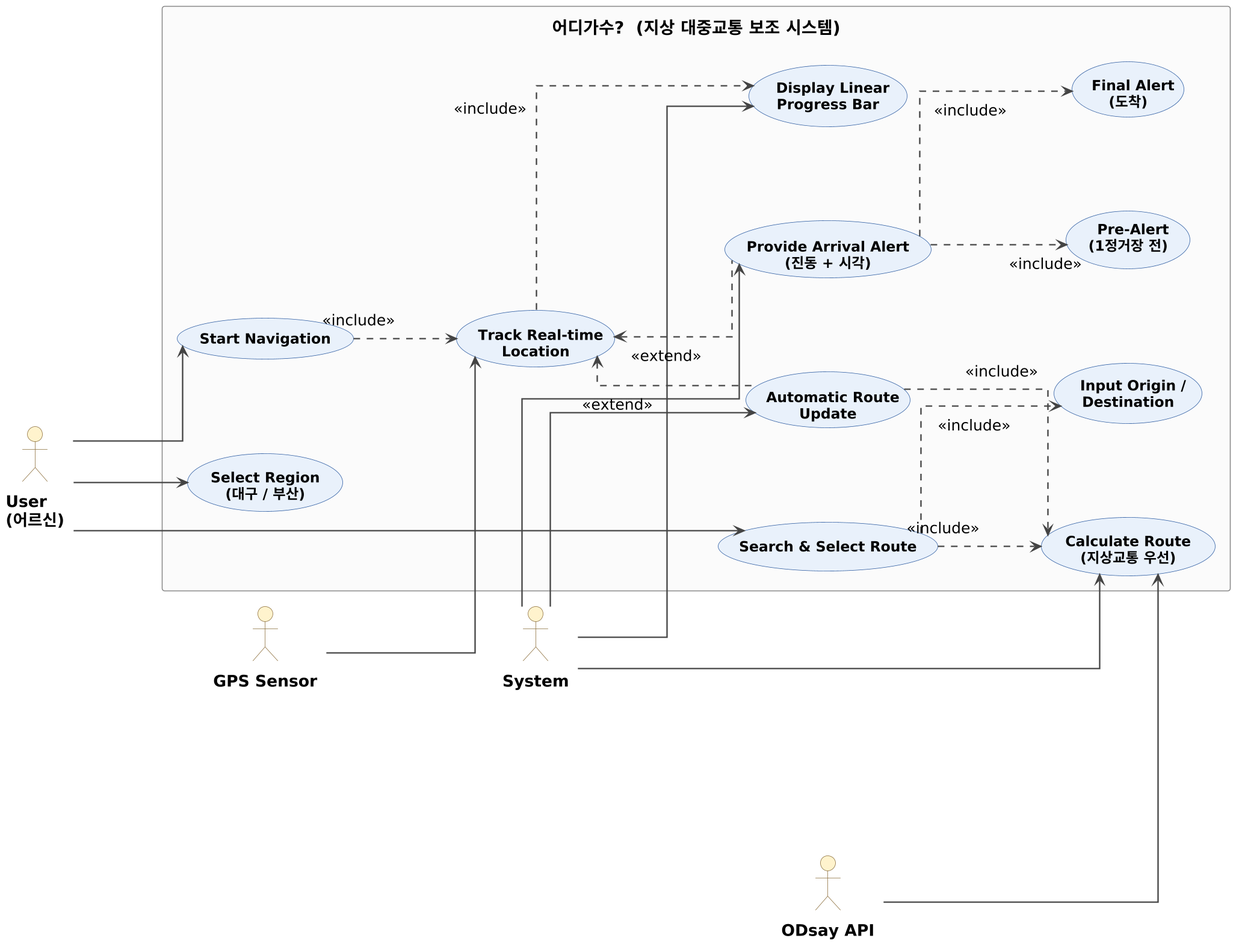
Before: images/usecase_diagram.png, a diagram exported from PlantUML (moonchanju/adigasu).
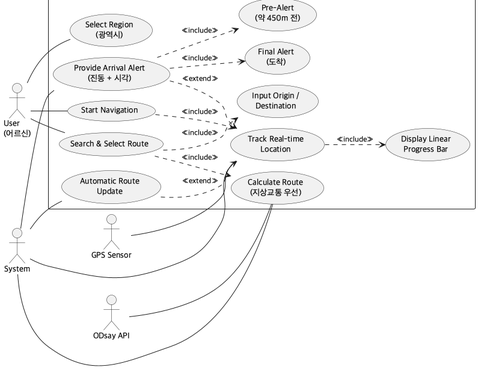
The same diagram one commit later.

Change to the diagram source:
```diff
@@ -1,88 +1,44 @@
 @startuml
-skinparam linetype ortho
-skinparam backgroundColor #FFFFFF
-skinparam dpi 150
-skinparam defaultFontName "Nanum Gothic"
-skinparam defaultFontSize 16
+!pragma layout smetana
+left to right direction
+skinparam defaultFontName "Apple SD Gothic Neo"
 skinparam packageStyle rectangle
-skinparam shadowing false
 
-skinparam Padding 10
-skinparam NodeSep 100
-skinparam RankSep 110
-skinparam ArrowThickness 1.5
-skinparam ArrowColor #444444
+actor "User\n(어르신)" as User
+actor "GPS Sensor" as GPS
+actor "System" as Sys
+actor "ODsay API" as ODsay
 
-skinparam actor {
-  BackgroundColor #FFF3CD
-  BorderColor #8A6D3B
-  FontSize 17
-  FontStyle bold
+rectangle "어디가수? (지상 대중교통 보조 시스템)" {
+  usecase "Select Region\n(광역시)" as UC_region
+  usecase "Search & Select Route" as UC_search
+  usecase "Input Origin /\nDestination" as UC_input
+  usecase "Calculate Route\n(지상교통 우선)" as UC_calc
+  usecase "Start Navigation" as UC_start
+  usecase "Track Real-time\nLocation" as UC_track
+  usecase "Display Linear\nProgress Bar" as UC_bar
+  usecase "Provide Arrival Alert\n(진동 + 시각)" as UC_alert
+  usecase "Pre-Alert\n(약 450m 전)" as UC_pre
+  usecase "Final Alert\n(도착)" as UC_final
+  usecase "Automatic Route\nUpdate" as UC_auto
 }
 
-skinparam usecase {
-  BackgroundColor #E8F1FB
-  BorderColor #2C5AA0
-  FontSize 15
-  FontStyle bold
-  Padding 14
-  RoundCorner 28
-}
+User -- UC_region
+User -- UC_search
+User -- UC_start
+GPS -- UC_track
+Sys -- UC_track
+Sys -- UC_alert
+Sys -- UC_auto
+Sys -- UC_calc
+ODsay -- UC_calc
 
-skinparam rectangle {
-  BackgroundColor #FAFAFA
-  BorderColor #888888
-  FontSize 18
-  FontStyle bold
-}
-
-left to right direction
-
-actor "User\n(어르신)"   as U
-actor "System"           as S
-actor "GPS Sensor"       as G
-actor "ODsay API"        as API
-
-rectangle "   어디가수?  (지상 대중교통 보조 시스템)   " {
-
-  usecase "  Select Region  \n  (대구 / 부산)  "        as UC0
-  usecase "  Search & Select Route  "                  as UC1
-  usecase "  Input Origin /\n  Destination  "          as UC1a
-  usecase "  Calculate Route  \n  (지상교통 우선)  "    as UC2
-
-  usecase "  Start Navigation  "                       as UC3
-  usecase "  Track Real-time\n  Location  "            as UC4
-  usecase "  Display Linear\n  Progress Bar  "         as UC5
-
-  usecase "  Provide Arrival Alert  \n  (진동 + 시각)  " as UC6
-  usecase "  Pre-Alert\n  (1정거장 전)  "                as UC6a
-  usecase "  Final Alert\n  (도착)  "                    as UC6b
-
-  usecase "  Automatic Route\n  Update  "              as UC7
-}
-
-U   --> UC0
-U   --> UC1
-U   --> UC3
-
-S   --> UC2
-S   --> UC5
-S   --> UC6
-S   --> UC7
-
-G   --> UC4
-API --> UC2
-
-UC1  ..> UC1a : <<include>>
-UC1  ..> UC2  : <<include>>
-
-UC3  ..> UC4  : <<include>>
-UC4  ..> UC5  : <<include>>
-
-UC4  <.. UC6  : <<extend>>
-UC6  ..> UC6a : <<include>>
-UC6  ..> UC6b : <<include>>
-
-UC4  <.. UC7  : <<extend>>
-UC7  ..> UC2  : <<include>>
+UC_search ..> UC_input : <<include>>
+UC_search ..> UC_calc : <<include>>
+UC_start ..> UC_track : <<include>>
+UC_track ..> UC_bar : <<include>>
+UC_alert ..> UC_pre : <<include>>
+UC_alert ..> UC_final : <<include>>
+UC_alert ..> UC_track : <<extend>>
+UC_auto ..> UC_track : <<extend>>
 @enduml
```
